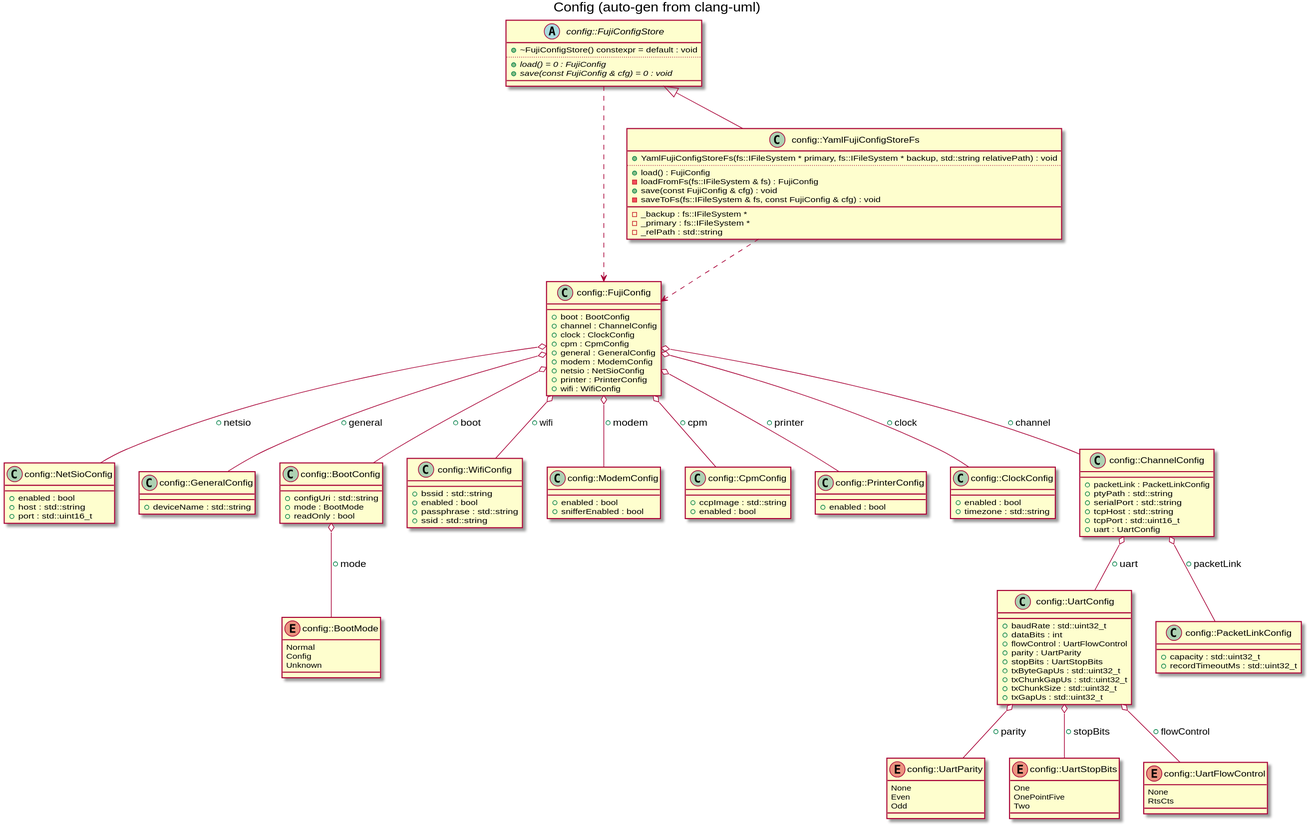
Above: docs/images/gen_config.svg in benjamink/fujinet-nio (PlantUML), before the change.
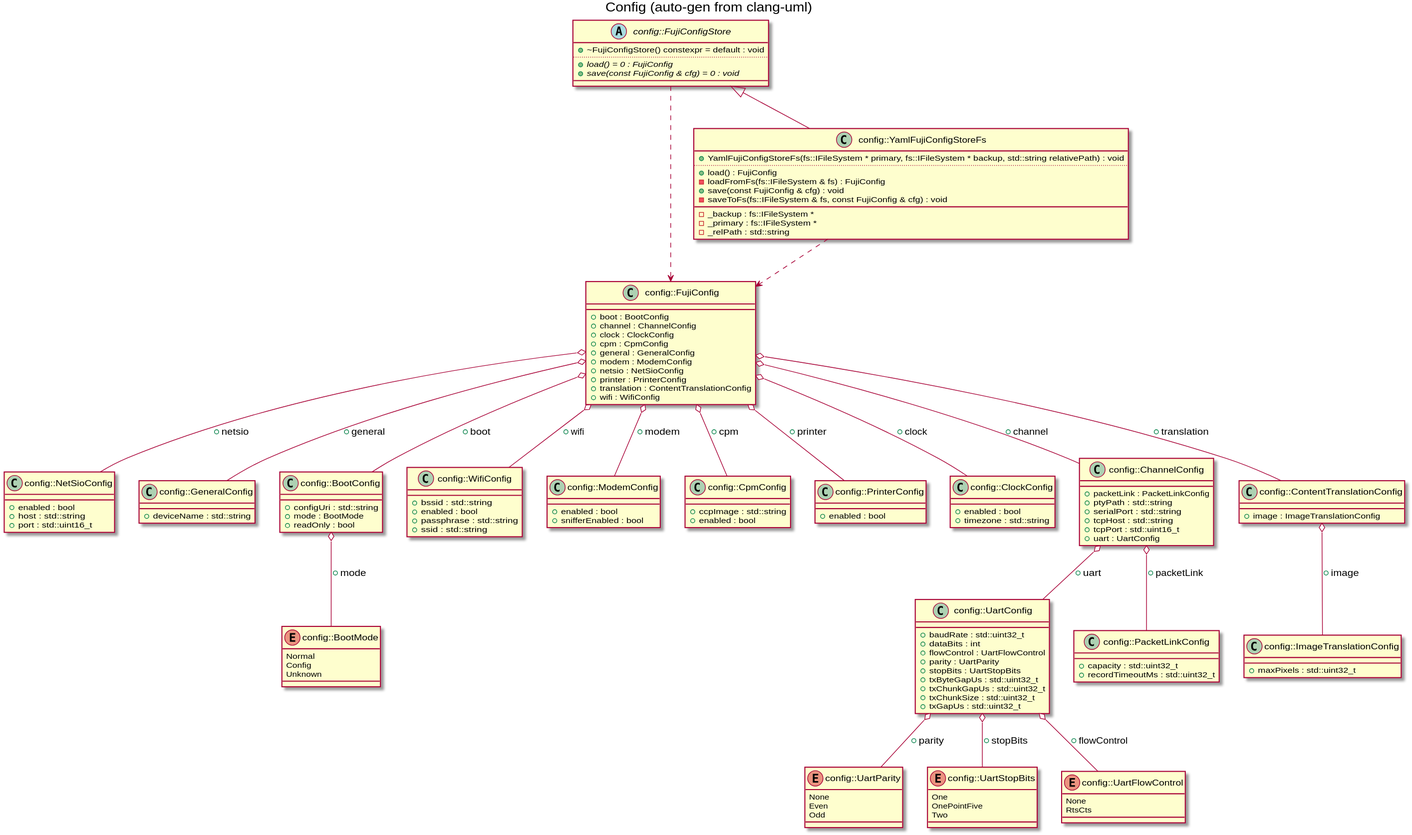
Above is the later version.

The edit, as a diff of the source:
```diff
@@ -102,6 +102,16 @@
 +tcpPort : std::uint16_t
 +uart : UartConfig
 }
+class "config::ImageTranslationConfig" as C_0015235038601401953693
+class C_0015235038601401953693 {
+__
++maxPixels : std::uint32_t
+}
+class "config::ContentTranslationConfig" as C_0000124486097643769351
+class C_0000124486097643769351 {
+__
++image : ImageTranslationConfig
+}
 class "config::FujiConfig" as C_0013064010099190715901
 class C_0013064010099190715901 {
 __
@@ -113,6 +123,7 @@
 +modem : ModemConfig
 +netsio : NetSioConfig
 +printer : PrinterConfig
++translation : ContentTranslationConfig
 +wifi : WifiConfig
 }
 abstract "config::FujiConfigStore" as C_0010708806357379257038
@@ -142,6 +153,7 @@
 C_0010483269678483040323 o-- C_0005231581209463879465 : +flowControl
 C_0014601375190208620155 o-- C_0010483269678483040323 : +uart
 C_0014601375190208620155 o-- C_0002370861399230770002 : +packetLink
+C_0000124486097643769351 o-- C_0015235038601401953693 : +image
 C_0013064010099190715901 o-- C_0016837659718836839167 : +general
 C_0013064010099190715901 o-- C_0007703634119308578859 : +boot
 C_0013064010099190715901 o-- C_0016905784937528219397 : +wifi
@@ -151,6 +163,7 @@
 C_0013064010099190715901 o-- C_0009654526727956470660 : +netsio
 C_0013064010099190715901 o-- C_0014123104778393566609 : +clock
 C_0013064010099190715901 o-- C_0014601375190208620155 : +channel
+C_0013064010099190715901 o-- C_0000124486097643769351 : +translation
 C_0010708806357379257038 ..> C_0013064010099190715901
 C_0004992050062997423308 ..> C_0013064010099190715901
 C_0010708806357379257038 <|-- C_0004992050062997423308
```
